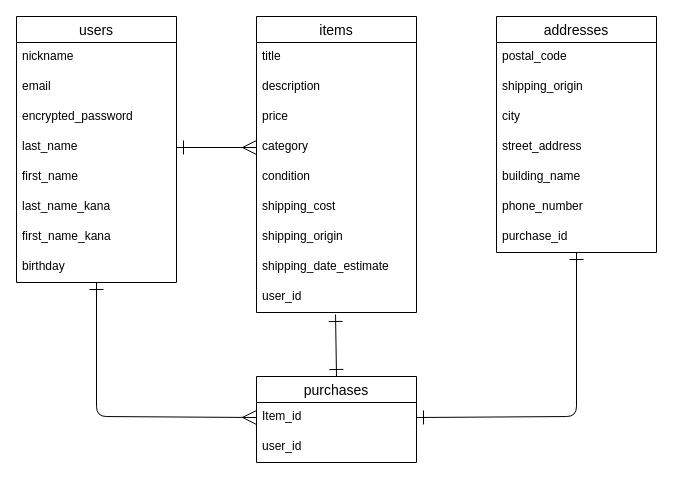
Earlier version of the draw.io diagram ER.dio (mehoni/furima-41583). Source tidied: cells renumbered, new cells numbered last; positions are measured from the earlier drawing's top-left corner, leaving out a move shared by most shapes. Both pictures are drawn from the tidied source at 100%, with x=0, y=0 at pixel (16, 16).
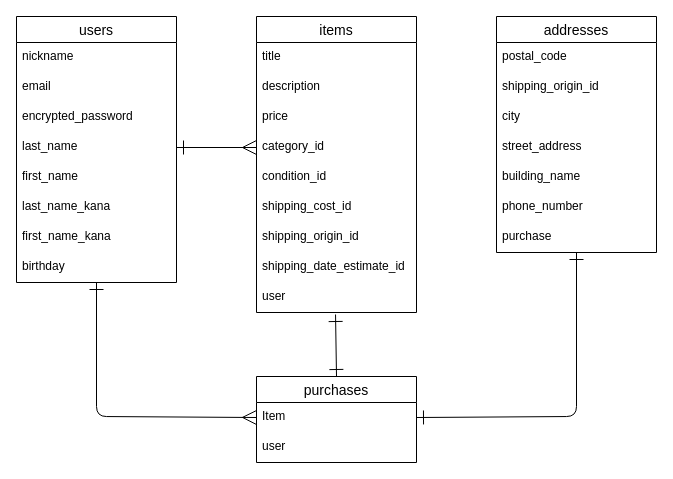
The same page after the edit.

Commit message:
データベース設計_修正3

Unchanged cells that the change refers to:
```xml
<mxCell id="13" value="items" style="swimlane;fontStyle=0;horizontal=1;startSize=26;align=center;fontSize=14;" parent="1" vertex="1">
  <mxGeometry x="240" width="160" height="296" as="geometry" />
</mxCell>
<mxCell id="23" value="addresses" style="swimlane;fontStyle=0;horizontal=1;startSize=26;align=center;fontSize=14;" parent="1" vertex="1">
  <mxGeometry x="480" width="160" height="236" as="geometry" />
</mxCell>
<mxCell id="32" value="purchases" style="swimlane;fontStyle=0;horizontal=1;startSize=26;align=center;fontSize=14;" parent="1" vertex="1">
  <mxGeometry x="240" y="360" width="160" height="86" as="geometry" />
</mxCell>
```

What changed in the source:
```diff
@@
-    <mxCell id="17" value="category" style="text;strokeColor=none;fillColor=none;spacingLeft=4;spacingRight=4;overflow=hidden;points=[[0,0.5],[1,0.5]];portConstraint=eastwest;fontSize=12;" parent="13" vertex="1">
+    <mxCell id="17" value="category_id" style="text;strokeColor=none;fillColor=none;spacingLeft=4;spacingRight=4;overflow=hidden;points=[[0,0.5],[1,0.5]];portConstraint=eastwest;fontSize=12;" parent="13" vertex="1">
       <mxGeometry y="116" width="160" height="30" as="geometry" />
     </mxCell>
-    <mxCell id="18" value="condition" style="text;strokeColor=none;fillColor=none;spacingLeft=4;spacingRight=4;overflow=hidden;fontSize=12;" parent="13" vertex="1">
+    <mxCell id="18" value="condition_id" style="text;strokeColor=none;fillColor=none;spacingLeft=4;spacingRight=4;overflow=hidden;fontSize=12;" parent="13" vertex="1">
       <mxGeometry y="146" width="160" height="30" as="geometry" />
     </mxCell>
-    <mxCell id="19" value="shipping_cost" style="text;strokeColor=none;fillColor=none;spacingLeft=4;spacingRight=4;overflow=hidden;fontSize=12;" parent="13" vertex="1">
+    <mxCell id="19" value="shipping_cost_id" style="text;strokeColor=none;fillColor=none;spacingLeft=4;spacingRight=4;overflow=hidden;fontSize=12;" parent="13" vertex="1">
       <mxGeometry y="176" width="160" height="30" as="geometry" />
     </mxCell>
-    <mxCell id="20" value="shipping_origin" style="text;strokeColor=none;fillColor=none;spacingLeft=4;spacingRight=4;overflow=hidden;fontSize=12;" parent="13" vertex="1">
+    <mxCell id="20" value="shipping_origin_id" style="text;strokeColor=none;fillColor=none;spacingLeft=4;spacingRight=4;overflow=hidden;fontSize=12;" parent="13" vertex="1">
       <mxGeometry y="206" width="160" height="30" as="geometry" />
     </mxCell>
-    <mxCell id="21" value="shipping_date_estimate" style="text;strokeColor=none;fillColor=none;spacingLeft=4;spacingRight=4;overflow=hidden;fontSize=12;" parent="13" vertex="1">
+    <mxCell id="21" value="shipping_date_estimate_id" style="text;strokeColor=none;fillColor=none;spacingLeft=4;spacingRight=4;overflow=hidden;fontSize=12;" parent="13" vertex="1">
       <mxGeometry y="236" width="160" height="30" as="geometry" />
     </mxCell>
-    <mxCell id="22" value="user_id" style="text;strokeColor=none;fillColor=none;spacingLeft=4;spacingRight=4;overflow=hidden;points=[[0,0.5],[1,0.5]];portConstraint=eastwest;fontSize=12;" parent="13" vertex="1">
+    <mxCell id="22" value="user" style="text;strokeColor=none;fillColor=none;spacingLeft=4;spacingRight=4;overflow=hidden;points=[[0,0.5],[1,0.5]];portConstraint=eastwest;fontSize=12;" parent="13" vertex="1">
       <mxGeometry y="266" width="160" height="30" as="geometry" />
     </mxCell>
@@
-    <mxCell id="25" value="shipping_origin" style="text;strokeColor=none;fillColor=none;spacingLeft=4;spacingRight=4;overflow=hidden;fontSize=12;" parent="23" vertex="1">
+    <mxCell id="25" value="shipping_origin_id" style="text;strokeColor=none;fillColor=none;spacingLeft=4;spacingRight=4;overflow=hidden;fontSize=12;" parent="23" vertex="1">
       <mxGeometry y="56" width="160" height="30" as="geometry" />
     </mxCell>
@@
-    <mxCell id="30" value="purchase_id" style="text;strokeColor=none;fillColor=none;spacingLeft=4;spacingRight=4;overflow=hidden;points=[[0,0.5],[1,0.5]];portConstraint=eastwest;fontSize=12;" parent="23" vertex="1">
+    <mxCell id="30" value="purchase" style="text;strokeColor=none;fillColor=none;spacingLeft=4;spacingRight=4;overflow=hidden;points=[[0,0.5],[1,0.5]];portConstraint=eastwest;fontSize=12;" parent="23" vertex="1">
       <mxGeometry y="206" width="160" height="30" as="geometry" />
     </mxCell>
@@
-    <mxCell id="33" value="Item_id" style="text;strokeColor=none;fillColor=none;spacingLeft=4;spacingRight=4;overflow=hidden;points=[[0,0.5],[1,0.5]];portConstraint=eastwest;fontSize=12;" parent="32" vertex="1">
+    <mxCell id="33" value="Item" style="text;strokeColor=none;fillColor=none;spacingLeft=4;spacingRight=4;overflow=hidden;points=[[0,0.5],[1,0.5]];portConstraint=eastwest;fontSize=12;" parent="32" vertex="1">
       <mxGeometry y="26" width="160" height="30" as="geometry" />
     </mxCell>
-    <mxCell id="34" value="user_id" style="text;strokeColor=none;fillColor=none;spacingLeft=4;spacingRight=4;overflow=hidden;fontSize=12;" parent="32" vertex="1">
+    <mxCell id="34" value="user" style="text;strokeColor=none;fillColor=none;spacingLeft=4;spacingRight=4;overflow=hidden;fontSize=12;" parent="32" vertex="1">
       <mxGeometry y="56" width="160" height="30" as="geometry" />
     </mxCell>
```
